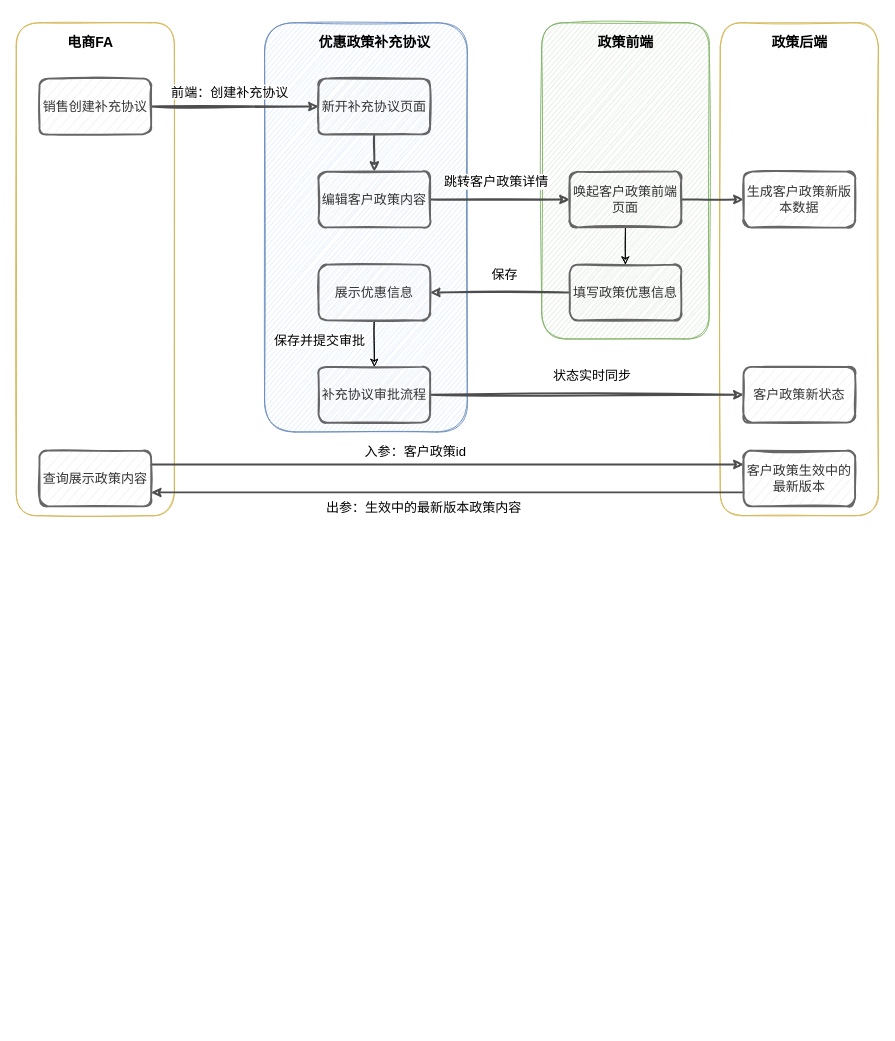
Above: Untitled Diagram.drawio in qn-wu/mall (draw.io), before the change. Source tidied: cells renumbered, new cells numbered last; positions are measured from the earlier drawing's top-left corner, leaving out a move shared by most shapes. Both pictures are drawn from the tidied source at 93%, with x=0, y=0 at pixel (16, 22).
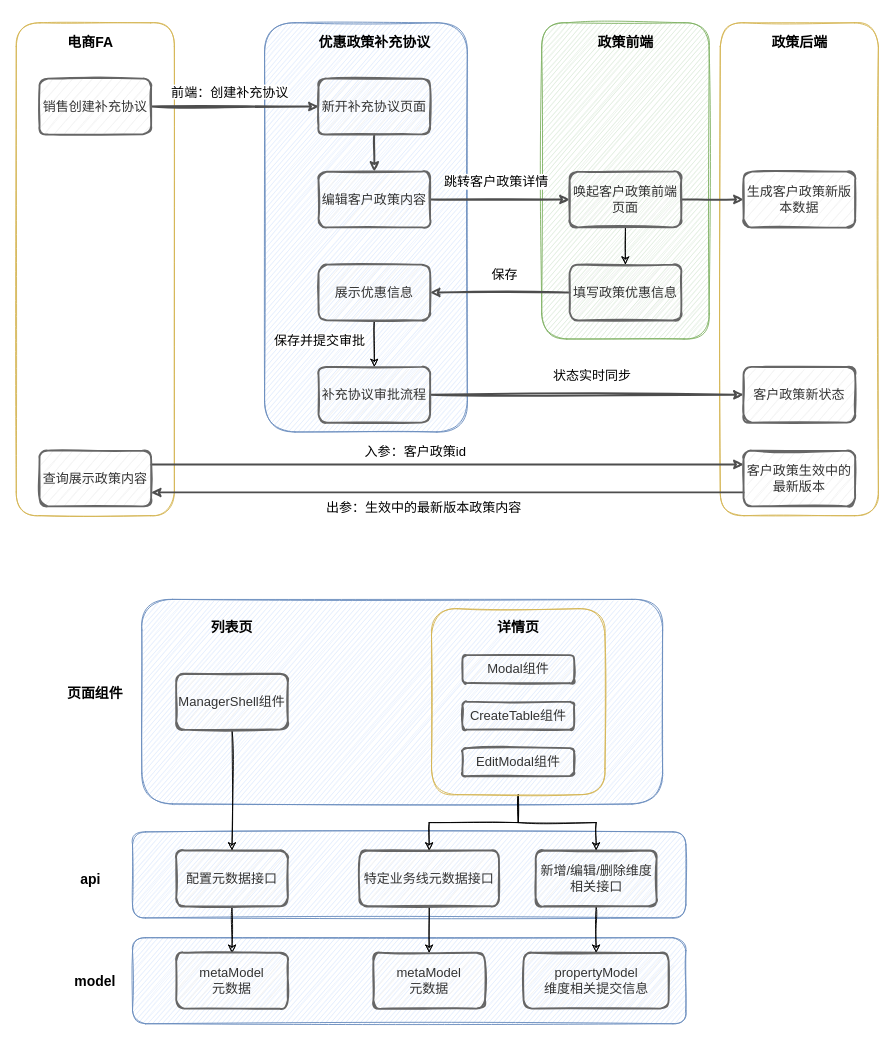
After the change.

Diff of the diagram source:
```diff
@@
+    <mxCell id="38" style="rounded=1;whiteSpace=wrap;html=1;shadow=0;glass=0;sketch=1;fontSize=14;strokeColor=#6c8ebf;strokeWidth=1;fillColor=#dae8fc;verticalAlign=middle;" parent="1" vertex="1">
+      <mxGeometry x="125" y="983.8" width="595" height="92.5" as="geometry" />
+    </mxCell>
+    <mxCell id="39" style="rounded=1;whiteSpace=wrap;html=1;shadow=0;glass=0;sketch=1;fontSize=14;strokeColor=#6c8ebf;strokeWidth=1;fillColor=#dae8fc;verticalAlign=middle;" parent="1" vertex="1">
+      <mxGeometry x="125" y="870" width="595" height="92.5" as="geometry" />
+    </mxCell>
+    <mxCell id="40" style="rounded=1;whiteSpace=wrap;html=1;shadow=0;glass=0;sketch=1;fontSize=14;strokeColor=#6c8ebf;strokeWidth=1;fillColor=#dae8fc;verticalAlign=middle;" parent="1" vertex="1">
+      <mxGeometry x="135" y="620" width="560" height="220" as="geometry" />
+    </mxCell>
@@
+    <mxCell id="41" style="edgeStyle=orthogonalEdgeStyle;rounded=0;sketch=1;jettySize=auto;html=1;entryX=0.5;entryY=0;entryDx=0;entryDy=0;" parent="1" edge="1" source="42" target="52">
+      <mxGeometry relative="1" as="geometry" />
+    </mxCell>
+    <mxCell id="42" value="&lt;span style=&quot;font-size: 14px&quot;&gt;ManagerShell组件&lt;/span&gt;" style="rounded=1;whiteSpace=wrap;html=1;sketch=1;glass=0;shadow=0;fillColor=#f5f5f5;strokeColor=#666666;fontColor=#333333;strokeWidth=2;" parent="1" vertex="1">
+      <mxGeometry x="172" y="700" width="120" height="60" as="geometry" />
+    </mxCell>
+    <mxCell id="43" style="edgeStyle=orthogonalEdgeStyle;rounded=0;jettySize=auto;html=1;entryX=0.5;entryY=0;entryDx=0;entryDy=0;sketch=1;" parent="1" edge="1" source="45" target="54">
+      <mxGeometry relative="1" as="geometry" />
+    </mxCell>
+    <mxCell id="44" style="edgeStyle=orthogonalEdgeStyle;rounded=0;sketch=1;jettySize=auto;html=1;entryX=0.5;entryY=0;entryDx=0;entryDy=0;" parent="1" edge="1" source="45" target="56">
+      <mxGeometry relative="1" as="geometry" />
+    </mxCell>
+    <mxCell id="45" style="rounded=1;whiteSpace=wrap;html=1;shadow=0;glass=0;sketch=1;fontSize=14;strokeColor=#d6b656;strokeWidth=1;fillColor=none;verticalAlign=middle;" parent="1" vertex="1">
+      <mxGeometry x="446.5" y="630" width="186.5" height="200" as="geometry" />
+    </mxCell>
+    <mxCell id="46" value="&lt;h4&gt;&lt;font style=&quot;font-size: 15px&quot;&gt;列表页&lt;/font&gt;&lt;/h4&gt;" style="text;html=1;strokeColor=none;fillColor=none;align=center;verticalAlign=middle;whiteSpace=wrap;rounded=0;shadow=0;glass=0;sketch=1;fontSize=14;" parent="1" vertex="1">
+      <mxGeometry x="192" y="640" width="80" height="20" as="geometry" />
+    </mxCell>
+    <mxCell id="47" value="&lt;span style=&quot;font-size: 14px&quot;&gt;Modal组件&lt;/span&gt;" style="rounded=1;whiteSpace=wrap;html=1;sketch=1;glass=0;shadow=0;fillColor=#f5f5f5;strokeColor=#666666;fontColor=#333333;strokeWidth=2;" parent="1" vertex="1">
+      <mxGeometry x="479.8" y="680" width="120" height="30" as="geometry" />
+    </mxCell>
+    <mxCell id="48" value="&lt;h4&gt;&lt;font style=&quot;font-size: 15px&quot;&gt;详情页&lt;/font&gt;&lt;/h4&gt;" style="text;html=1;strokeColor=none;fillColor=none;align=center;verticalAlign=middle;whiteSpace=wrap;rounded=0;shadow=0;glass=0;sketch=1;fontSize=14;" parent="1" vertex="1">
+      <mxGeometry x="499.8" y="640" width="80" height="20" as="geometry" />
+    </mxCell>
+    <mxCell id="49" value="&lt;span style=&quot;font-size: 14px&quot;&gt;CreateTable组件&lt;/span&gt;" style="rounded=1;whiteSpace=wrap;html=1;sketch=1;glass=0;shadow=0;fillColor=#f5f5f5;strokeColor=#666666;fontColor=#333333;strokeWidth=2;" parent="1" vertex="1">
+      <mxGeometry x="479.8" y="730" width="120" height="30" as="geometry" />
+    </mxCell>
+    <mxCell id="50" value="&lt;span style=&quot;font-size: 14px&quot;&gt;EditModal组件&lt;/span&gt;" style="rounded=1;whiteSpace=wrap;html=1;sketch=1;glass=0;shadow=0;fillColor=#f5f5f5;strokeColor=#666666;fontColor=#333333;strokeWidth=2;" parent="1" vertex="1">
+      <mxGeometry x="479.8" y="780" width="120" height="30" as="geometry" />
+    </mxCell>
+    <mxCell id="51" style="edgeStyle=orthogonalEdgeStyle;rounded=0;sketch=1;jettySize=auto;html=1;entryX=0.5;entryY=0;entryDx=0;entryDy=0;" parent="1" edge="1" source="52" target="57">
+      <mxGeometry relative="1" as="geometry" />
+    </mxCell>
+    <mxCell id="52" value="&lt;span style=&quot;font-size: 14px&quot;&gt;配置元数据接口&lt;/span&gt;" style="rounded=1;whiteSpace=wrap;html=1;sketch=1;glass=0;shadow=0;fillColor=#f5f5f5;strokeColor=#666666;fontColor=#333333;strokeWidth=2;" parent="1" vertex="1">
+      <mxGeometry x="172" y="890" width="120" height="60" as="geometry" />
+    </mxCell>
+    <mxCell id="53" style="edgeStyle=orthogonalEdgeStyle;rounded=0;sketch=1;jettySize=auto;html=1;entryX=0.5;entryY=0;entryDx=0;entryDy=0;" parent="1" edge="1" source="54" target="58">
+      <mxGeometry relative="1" as="geometry" />
+    </mxCell>
+    <mxCell id="54" value="&lt;span style=&quot;font-size: 14px&quot;&gt;特定业务线元数据接口&lt;/span&gt;" style="rounded=1;whiteSpace=wrap;html=1;sketch=1;glass=0;shadow=0;fillColor=#f5f5f5;strokeColor=#666666;fontColor=#333333;strokeWidth=2;" parent="1" vertex="1">
+      <mxGeometry x="369" y="890" width="150" height="60" as="geometry" />
+    </mxCell>
+    <mxCell id="55" style="edgeStyle=orthogonalEdgeStyle;rounded=0;sketch=1;jettySize=auto;html=1;entryX=0.5;entryY=0;entryDx=0;entryDy=0;" parent="1" edge="1" source="56" target="59">
+      <mxGeometry relative="1" as="geometry" />
+    </mxCell>
+    <mxCell id="56" value="&lt;span style=&quot;font-size: 14px&quot;&gt;新增/编辑/删除维度相关接口&lt;/span&gt;" style="rounded=1;whiteSpace=wrap;html=1;sketch=1;glass=0;shadow=0;fillColor=#f5f5f5;strokeColor=#666666;fontColor=#333333;strokeWidth=2;" parent="1" vertex="1">
+      <mxGeometry x="558.5" y="890" width="130" height="60" as="geometry" />
+    </mxCell>
+    <mxCell id="57" value="&lt;span style=&quot;font-size: 14px&quot;&gt;metaModel&lt;br&gt;元数据&lt;br&gt;&lt;/span&gt;" style="rounded=1;whiteSpace=wrap;html=1;sketch=1;glass=0;shadow=0;fillColor=#f5f5f5;strokeColor=#666666;fontColor=#333333;strokeWidth=2;" parent="1" vertex="1">
+      <mxGeometry x="172" y="1000" width="120" height="60" as="geometry" />
+    </mxCell>
+    <mxCell id="58" value="&lt;span style=&quot;font-size: 14px&quot;&gt;metaModel&lt;br&gt;元数据&lt;br&gt;&lt;/span&gt;" style="rounded=1;whiteSpace=wrap;html=1;sketch=1;glass=0;shadow=0;fillColor=#f5f5f5;strokeColor=#666666;fontColor=#333333;strokeWidth=2;" parent="1" vertex="1">
+      <mxGeometry x="384" y="1000" width="120" height="60" as="geometry" />
+    </mxCell>
+    <mxCell id="59" value="&lt;span style=&quot;font-size: 14px&quot;&gt;propertyModel&lt;/span&gt;&lt;span style=&quot;font-size: 14px&quot;&gt;&lt;br&gt;维度相关提交信息&lt;br&gt;&lt;/span&gt;" style="rounded=1;whiteSpace=wrap;html=1;sketch=1;glass=0;shadow=0;fillColor=#f5f5f5;strokeColor=#666666;fontColor=#333333;strokeWidth=2;" parent="1" vertex="1">
+      <mxGeometry x="545.5" y="1000" width="156" height="60" as="geometry" />
+    </mxCell>
+    <mxCell id="60" value="&lt;h4&gt;&lt;font style=&quot;font-size: 15px&quot;&gt;页面组件&lt;/font&gt;&lt;/h4&gt;" style="text;html=1;strokeColor=none;fillColor=none;align=center;verticalAlign=middle;whiteSpace=wrap;rounded=0;shadow=0;glass=0;sketch=1;fontSize=14;" parent="1" vertex="1">
+      <mxGeometry x="45" y="710" width="80" height="20" as="geometry" />
+    </mxCell>
+    <mxCell id="61" value="&lt;h4&gt;&lt;font style=&quot;font-size: 15px&quot;&gt;api&lt;/font&gt;&lt;/h4&gt;" style="text;html=1;strokeColor=none;fillColor=none;align=center;verticalAlign=middle;whiteSpace=wrap;rounded=0;shadow=0;glass=0;sketch=1;fontSize=14;" parent="1" vertex="1">
+      <mxGeometry x="40" y="910" width="80" height="20" as="geometry" />
+    </mxCell>
+    <mxCell id="62" value="&lt;h4&gt;&lt;font style=&quot;font-size: 15px&quot;&gt;model&lt;/font&gt;&lt;/h4&gt;" style="text;html=1;strokeColor=none;fillColor=none;align=center;verticalAlign=middle;whiteSpace=wrap;rounded=0;shadow=0;glass=0;sketch=1;fontSize=14;" parent="1" vertex="1">
+      <mxGeometry x="45" y="1020" width="80" height="20" as="geometry" />
+    </mxCell>
```
